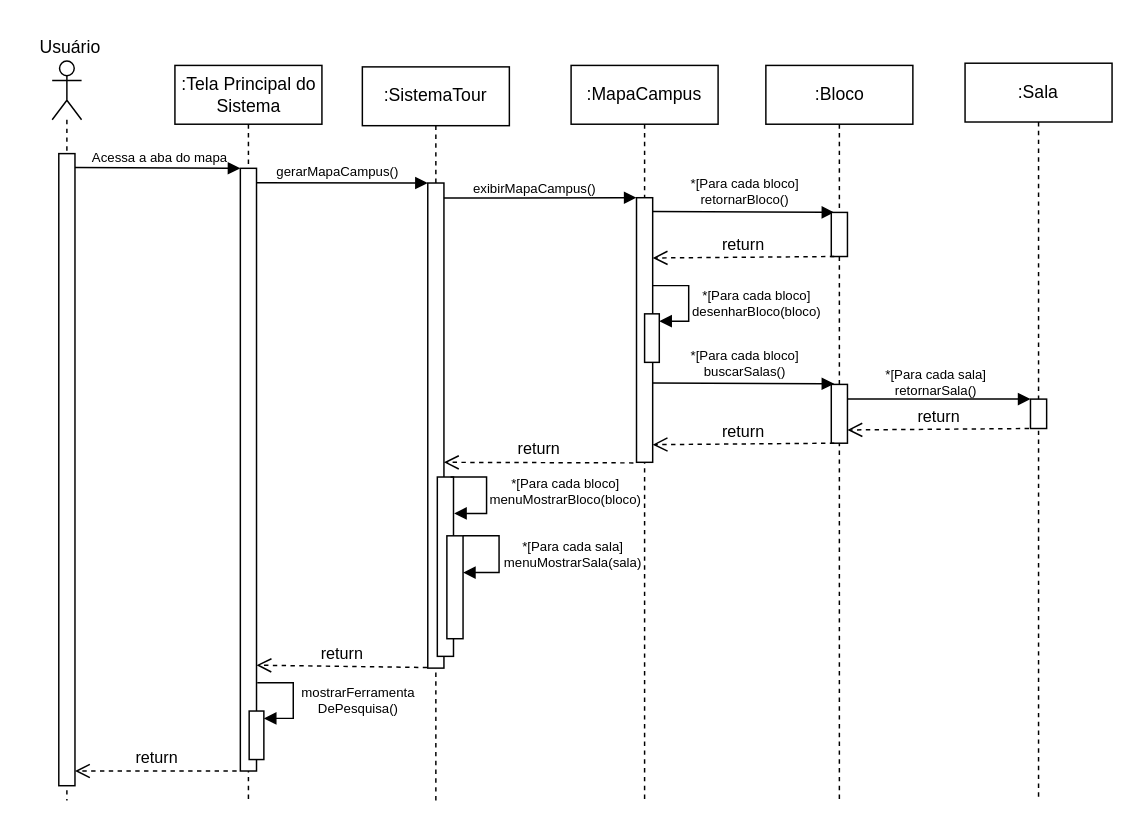
Earlier version of the draw.io diagram DiagramaDeSequencia-AcessarMapaInterativo2d.drawio (Gigagiga1234/Tour-Virtual). Source tidied: cells renumbered, new cells numbered last; positions are measured from the earlier drawing's top-left corner, leaving out a move shared by most shapes. Both pictures are drawn from the tidied source at 147%, with x=0, y=0 at pixel (25, 25).
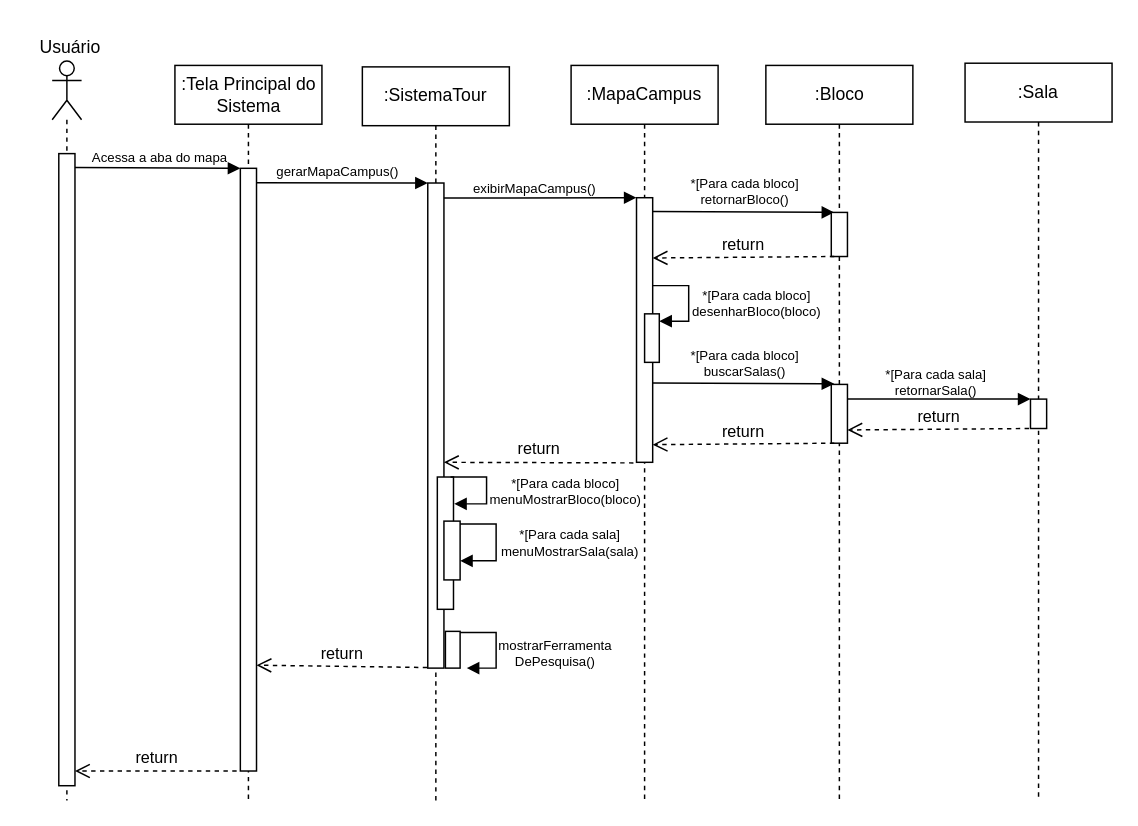
The same page after the edit.

Unchanged cells that the change refers to:
```xml
<mxCell id="23" value=":SistemaTour" style="shape=umlLifeline;perimeter=lifelinePerimeter;whiteSpace=wrap;html=1;newEdgeStyle={&quot;curved&quot;:0,&quot;rounded&quot;:0};" parent="1" vertex="1">
  <mxGeometry x="229" y="28" width="100" height="499" as="geometry" />
</mxCell>
```

What changed in the source:
```diff
@@
+    <mxCell id="43" style="html=1;perimeter=orthogonalPerimeter;targetShapes=umlLifeline;newEdgeStyle={&quot;curved&quot;:0,&quot;rounded&quot;:0};" parent="23" vertex="1">
+      <mxGeometry x="56.5" y="384" width="10" height="25" as="geometry" />
+    </mxCell>
@@
     <mxCell id="37" style="rounded=0;whiteSpace=wrap;html=1;" parent="1" vertex="1">
-      <mxGeometry x="280" y="307" width="11" height="122" as="geometry" />
+      <mxGeometry x="280" y="307" width="11" height="90" as="geometry" />
     </mxCell>
@@
     <mxCell id="40" style="rounded=0;whiteSpace=wrap;html=1;" parent="1" vertex="1">
-      <mxGeometry x="286.5" y="347" width="11" height="70" as="geometry" />
+      <mxGeometry x="284.5" y="337" width="11" height="40" as="geometry" />
     </mxCell>
     <mxCell id="41" style="html=1;align=left;spacingLeft=2;endArrow=block;rounded=0;edgeStyle=elbowEdgeStyle;rounded=0;exitX=1.089;exitY=0.74;exitDx=0;exitDy=0;exitPerimeter=0;entryX=1.041;entryY=0.203;entryDx=0;entryDy=0;entryPerimeter=0;" parent="1" edge="1">
       <mxGeometry x="-0.17" y="30" relative="1" as="geometry">
-        <mxPoint x="297.5" y="347" as="sourcePoint" />
-        <mxPoint x="297.5" y="372" as="targetPoint" />
+        <mxPoint x="295.5" y="339" as="sourcePoint" />
+        <mxPoint x="295.5" y="364" as="targetPoint" />
         <Array as="points">
-          <mxPoint x="322" y="359.2" />
+          <mxPoint x="320" y="351.2" />
         </Array>
       </mxGeometry>
     </mxCell>
     <mxCell id="42" value="&lt;div&gt;&lt;span style=&quot;background-color: transparent; color: light-dark(rgb(0, 0, 0), rgb(255, 255, 255));&quot;&gt;*[Para cada sala]&lt;/span&gt;&lt;/div&gt;&lt;div&gt;&lt;span style=&quot;background-color: transparent; color: light-dark(rgb(0, 0, 0), rgb(255, 255, 255));&quot;&gt;menuMostrarSala(sala)&lt;/span&gt;&lt;/div&gt;" style="text;html=1;align=center;verticalAlign=middle;strokeColor=none;fillColor=none;fontSize=9;" parent="1" vertex="1">
-      <mxGeometry x="312" y="340" width="120" height="40" as="geometry" />
+      <mxGeometry x="310" y="332" width="120" height="40" as="geometry" />
     </mxCell>
-    <mxCell id="43" style="html=1;perimeter=orthogonalPerimeter;targetShapes=umlLifeline;newEdgeStyle={&quot;curved&quot;:0,&quot;rounded&quot;:0};" parent="1" vertex="1">
-      <mxGeometry x="152" y="466.2" width="10" height="33" as="geometry" />
-    </mxCell>
     <mxCell id="44" style="html=1;align=left;spacingLeft=2;endArrow=block;rounded=0;edgeStyle=elbowEdgeStyle;rounded=0;exitX=1.089;exitY=0.74;exitDx=0;exitDy=0;exitPerimeter=0;entryX=1;entryY=0;entryDx=0;entryDy=5;entryPerimeter=0;" parent="1" edge="1">
       <mxGeometry x="-0.17" y="30" relative="1" as="geometry">
-        <mxPoint x="157.5" y="447" as="sourcePoint" />
-        <mxPoint x="162" y="471.2" as="targetPoint" />
+        <mxPoint x="295.5" y="412.8" as="sourcePoint" />
+        <mxPoint x="300" y="437" as="targetPoint" />
         <Array as="points">
-          <mxPoint x="182" y="459.2" />
+          <mxPoint x="320" y="425" />
         </Array>
       </mxGeometry>
     </mxCell>
     <mxCell id="45" value="&lt;div&gt;mostrarFerramenta&lt;/div&gt;&lt;div&gt;DePesquisa()&lt;/div&gt;" style="text;html=1;align=center;verticalAlign=middle;strokeColor=none;fillColor=none;fontSize=9;" parent="1" vertex="1">
-      <mxGeometry x="175.5" y="439.2" width="100" height="40" as="geometry" />
+      <mxGeometry x="310" y="407" width="100" height="40" as="geometry" />
     </mxCell>
```
